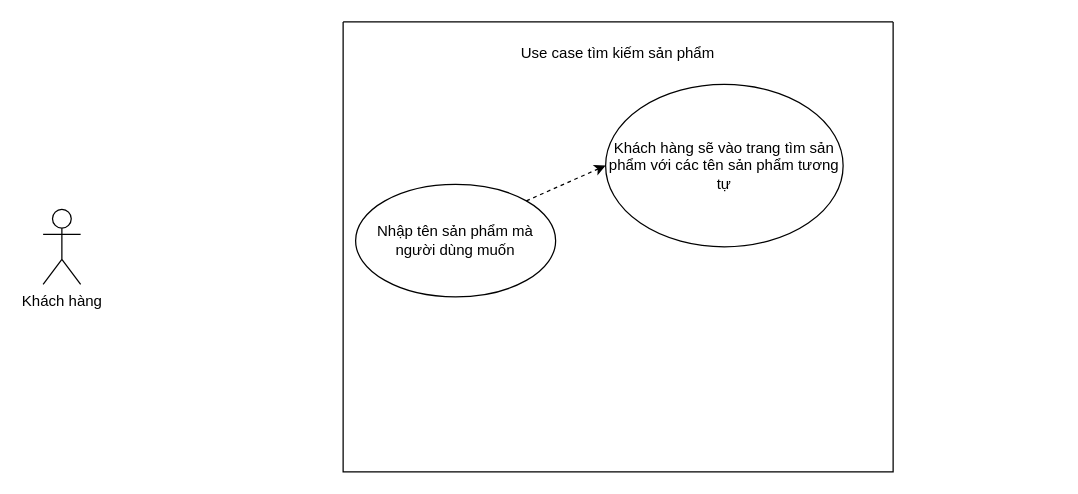
This is page "Trang-19" (19 of 19) of Diagram for assign.drawio from khanh8603/khanh8603, a draw.io file, before an edit. Source tidied: cells renumbered, new cells numbered last; positions are measured from the earlier drawing's top-left corner, leaving out a move shared by most shapes. Both pictures are drawn from the tidied source at 125%, with x=0, y=0 at pixel (42, 21).
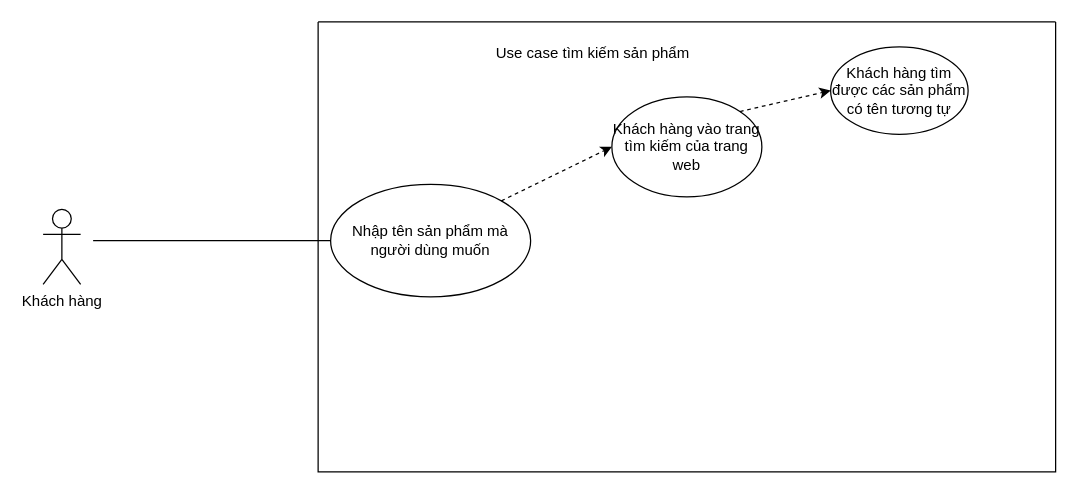
The same page after the edit.

Commit message (it also covers changes not shown here):
Cập nhật Diagram for assign.drawio

Diff of the diagram source:
```diff
@@
 <mxGraphModel>
   <root>
     <mxCell id="0" />
     <mxCell id="1" parent="0" />
     <mxCell id="2" style="swimlane;startSize=0;" parent="1" vertex="1">
-      <mxGeometry x="240" width="440" height="360" as="geometry" />
+      <mxGeometry x="220" width="590" height="360" as="geometry" />
     </mxCell>
     <mxCell id="3" value="Use case tìm kiếm sản phẩm" style="text;html=1;align=center;verticalAlign=middle;whiteSpace=wrap;rounded=0;" parent="2" vertex="1">
       <mxGeometry x="85" y="10" width="270" height="30" as="geometry" />
     </mxCell>
     <mxCell id="4" value="Nhập tên sản phẩm mà người dùng muốn" style="ellipse;whiteSpace=wrap;html=1;" parent="2" vertex="1">
       <mxGeometry x="10" y="130" width="160" height="90" as="geometry" />
     </mxCell>
     <mxCell id="5" style="endArrow=classic;html=1;rounded=0;exitX=1;exitY=0;exitDx=0;exitDy=0;entryX=0;entryY=0.5;entryDx=0;entryDy=0;startArrow=none;startFill=0;dashed=1;endFill=1;" parent="2" edge="1" source="4" target="6">
       <mxGeometry relative="1" as="geometry" />
     </mxCell>
-    <mxCell id="6" value="Khách hàng sẽ vào trang tìm sản phẩm với các tên sản phẩm tương tự" style="ellipse;whiteSpace=wrap;html=1;" parent="2" vertex="1">
-      <mxGeometry x="210" y="50" width="190" height="130" as="geometry" />
+    <mxCell id="6" value="Khách hàng vào trang tìm kiếm của trang web" style="ellipse;whiteSpace=wrap;html=1;" parent="2" vertex="1">
+      <mxGeometry x="235" y="60" width="120" height="80" as="geometry" />
     </mxCell>
+    <mxCell id="8" value="Khách hàng tìm được các sản phẩm có tên tương tự" style="ellipse;whiteSpace=wrap;html=1;" parent="2" vertex="1">
+      <mxGeometry x="410" y="20" width="110" height="70" as="geometry" />
+    </mxCell>
+    <mxCell id="9" style="endArrow=classic;html=1;rounded=0;exitX=1;exitY=0;exitDx=0;exitDy=0;entryX=0;entryY=0.5;entryDx=0;entryDy=0;startArrow=none;startFill=0;dashed=1;endFill=1;" parent="2" edge="1" source="6" target="8">
+      <mxGeometry relative="1" as="geometry" />
+    </mxCell>
     <mxCell id="7" value="Khách hàng" style="shape=umlActor;verticalLabelPosition=bottom;verticalAlign=top;html=1;" parent="1" vertex="1">
       <mxGeometry y="150" width="30" height="60" as="geometry" />
     </mxCell>
+    <mxCell id="10" style="endArrow=none;html=1;rounded=0;entryX=0;entryY=0.5;entryDx=0;entryDy=0;" parent="1" edge="1" target="4">
+      <mxGeometry relative="1" as="geometry">
+        <mxPoint x="40" y="175" as="sourcePoint" />
+      </mxGeometry>
+    </mxCell>
   </root>
 </mxGraphModel>
```
